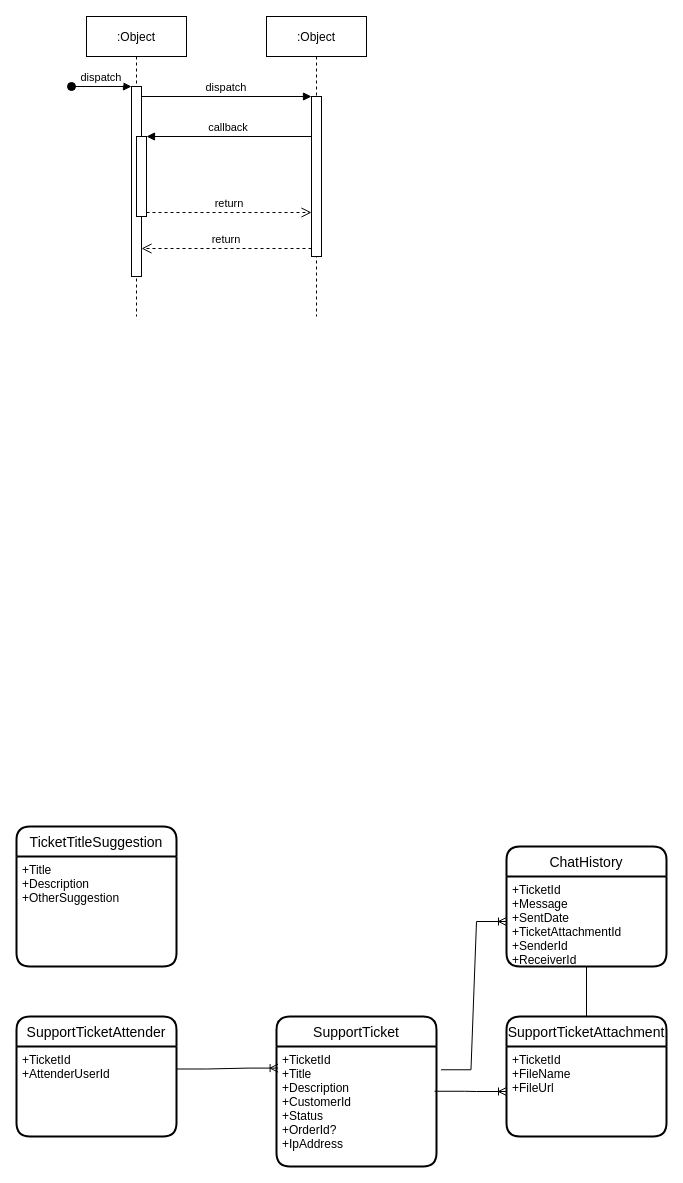
Earlier version of the draw.io diagram CX/Untitled Diagram.drawio (breakpoint-software/diagrams). Source tidied: cells renumbered, new cells numbered last; positions are measured from the earlier drawing's top-left corner, leaving out a move shared by most shapes. Both pictures are drawn from the tidied source at 100%, with x=0, y=0 at pixel (16, 16).
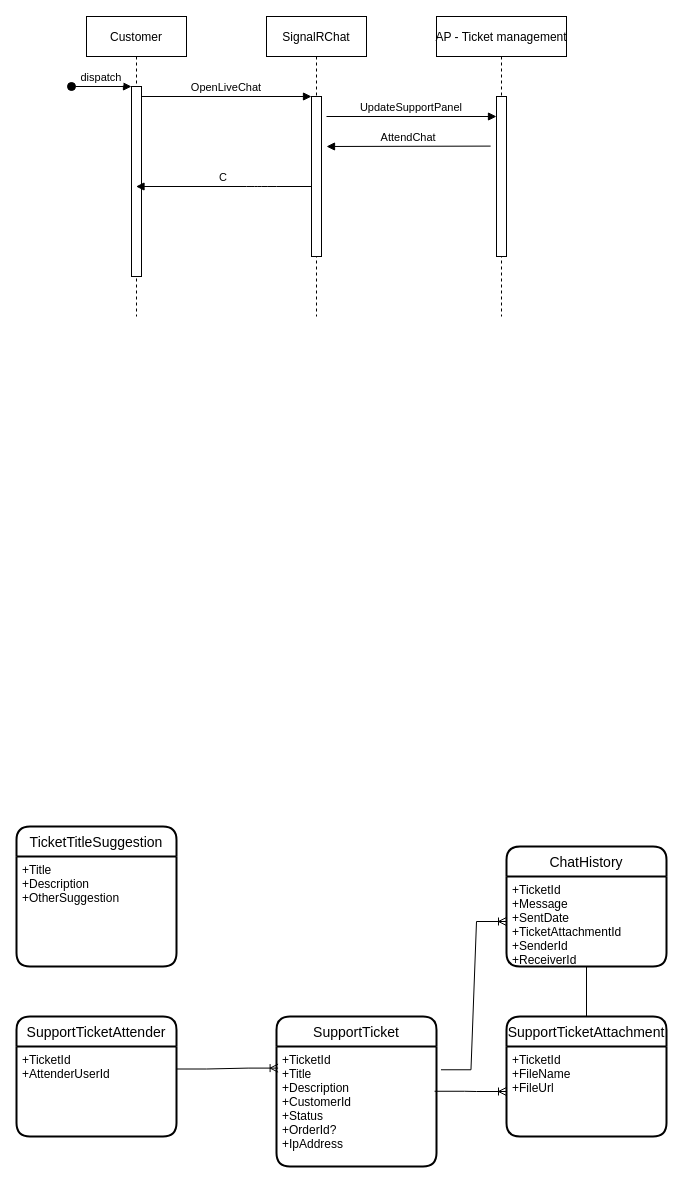
After the change.

Commit message:
Support live chat.drawio

The change refers to these unchanged cells:
```xml
<mxCell id="3" style="points=[];perimeter=orthogonalPerimeter;rounded=0;shadow=0;strokeWidth=1;" parent="2" vertex="1">
  <mxGeometry x="45" y="70" width="10" height="190" as="geometry" />
</mxCell>
<mxCell id="7" style="points=[];perimeter=orthogonalPerimeter;rounded=0;shadow=0;strokeWidth=1;" parent="6" vertex="1">
  <mxGeometry x="45" y="80" width="10" height="160" as="geometry" />
</mxCell>
```

What changed in the source:
```diff
@@
-    <mxCell id="2" value=":Object" style="shape=umlLifeline;perimeter=lifelinePerimeter;rounded=0;shadow=0;strokeWidth=1;" parent="1" vertex="1">
+    <mxCell id="2" value="Customer" style="shape=umlLifeline;perimeter=lifelinePerimeter;rounded=0;shadow=0;strokeWidth=1;" parent="1" vertex="1">
       <mxGeometry x="70" width="100" height="300" as="geometry" />
     </mxCell>
@@
-    <mxCell id="5" style="points=[];perimeter=orthogonalPerimeter;rounded=0;shadow=0;strokeWidth=1;" parent="2" vertex="1">
-      <mxGeometry x="50" y="120" width="10" height="80" as="geometry" />
-    </mxCell>
-    <mxCell id="6" value=":Object" style="shape=umlLifeline;perimeter=lifelinePerimeter;rounded=0;shadow=0;strokeWidth=1;" parent="1" vertex="1">
+    <mxCell id="6" value="SignalRChat" style="shape=umlLifeline;perimeter=lifelinePerimeter;rounded=0;shadow=0;strokeWidth=1;" parent="1" vertex="1">
       <mxGeometry x="250" width="100" height="300" as="geometry" />
     </mxCell>
@@
-    <mxCell id="8" value="return" style="verticalAlign=bottom;endArrow=open;dashed=1;endSize=8;exitX=0;exitY=0.95;shadow=0;strokeWidth=1;" parent="1" edge="1" source="7" target="3">
-      <mxGeometry relative="1" as="geometry" />
-    </mxCell>
-    <mxCell id="9" value="dispatch" style="verticalAlign=bottom;endArrow=block;entryX=0;entryY=0;shadow=0;strokeWidth=1;" parent="1" edge="1" source="3" target="7">
+    <mxCell id="9" value="OpenLiveChat" style="verticalAlign=bottom;endArrow=block;entryX=0;entryY=0;shadow=0;strokeWidth=1;" parent="1" edge="1" source="3" target="7">
       <mxGeometry relative="1" as="geometry" />
     </mxCell>
-    <mxCell id="10" value="callback" style="verticalAlign=bottom;endArrow=block;entryX=1;entryY=0;shadow=0;strokeWidth=1;" parent="1" edge="1" source="7" target="5">
-      <mxGeometry relative="1" as="geometry" />
+    <mxCell id="10" value="C" style="verticalAlign=bottom;endArrow=block;shadow=0;strokeWidth=1;" parent="1" edge="1" source="7" target="2">
+      <mxGeometry relative="1" as="geometry">
+        <Array as="points">
+          <mxPoint x="250" y="170" />
+          <mxPoint x="240" y="170" />
+        </Array>
+      </mxGeometry>
     </mxCell>
-    <mxCell id="11" value="return" style="verticalAlign=bottom;endArrow=open;dashed=1;endSize=8;exitX=1;exitY=0.95;shadow=0;strokeWidth=1;" parent="1" edge="1" source="5" target="7">
-      <mxGeometry relative="1" as="geometry" />
-    </mxCell>
@@
+    <mxCell id="26" value="AP - Ticket management" style="shape=umlLifeline;perimeter=lifelinePerimeter;rounded=0;shadow=0;strokeWidth=1;" parent="1" vertex="1">
+      <mxGeometry x="420" width="130" height="300" as="geometry" />
+    </mxCell>
+    <mxCell id="27" style="points=[];perimeter=orthogonalPerimeter;rounded=0;shadow=0;strokeWidth=1;" parent="26" vertex="1">
+      <mxGeometry x="60" y="80" width="10" height="160" as="geometry" />
+    </mxCell>
+    <mxCell id="28" value="UpdateSupportPanel" style="verticalAlign=bottom;endArrow=block;shadow=0;strokeWidth=1;" parent="1" edge="1">
+      <mxGeometry relative="1" as="geometry">
+        <mxPoint x="310" y="100" as="sourcePoint" />
+        <mxPoint x="480" y="100" as="targetPoint" />
+      </mxGeometry>
+    </mxCell>
+    <mxCell id="29" value="AttendChat" style="verticalAlign=bottom;endArrow=block;shadow=0;strokeWidth=1;exitX=-0.586;exitY=0.31;exitDx=0;exitDy=0;exitPerimeter=0;" parent="1" edge="1" source="27">
+      <mxGeometry relative="1" as="geometry">
+        <mxPoint x="310" y="130" as="targetPoint" />
+      </mxGeometry>
+    </mxCell>
```
